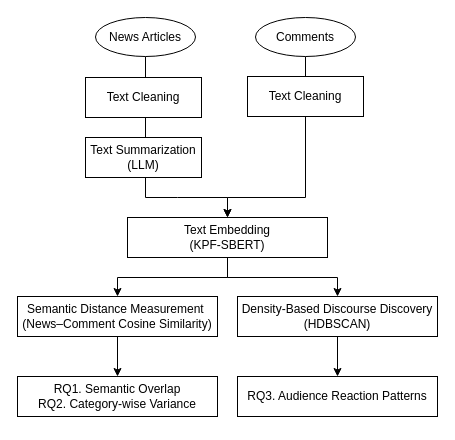
Before: 제목 없는 다이어그램.drawio in kjh8331267/Paper_Review, a draw.io diagram. Source tidied: cells renumbered, new cells numbered last; positions are measured from the earlier drawing's top-left corner, leaving out a move shared by most shapes. Both pictures are drawn from the tidied source at 100%, with x=0, y=0 at pixel (17, 17).
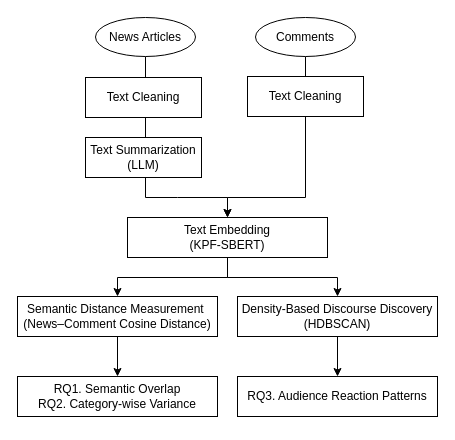
Above is the later version.

Commit message:
제목 없는 다이어그램.drawio 업데이트

Change to the diagram source:
```diff
@@
-    <mxCell id="9" value="&lt;p&gt;Semantic Distance Measurement&amp;nbsp;&lt;br&gt;&lt;span style=&quot;background-color: transparent; color: light-dark(rgb(0, 0, 0), rgb(255, 255, 255));&quot;&gt;(News–Comment Cosine Similarity)&lt;/span&gt;&lt;/p&gt;" style="rounded=0;whiteSpace=wrap;html=1;" parent="1" vertex="1">
+    <mxCell id="9" value="&lt;p&gt;Semantic Distance Measurement&amp;nbsp;&lt;br&gt;&lt;span style=&quot;background-color: transparent; color: light-dark(rgb(0, 0, 0), rgb(255, 255, 255));&quot;&gt;(News–Comment Cosine Distance)&lt;/span&gt;&lt;/p&gt;" style="rounded=0;whiteSpace=wrap;html=1;" parent="1" vertex="1">
       <mxGeometry y="279" width="200" height="40" as="geometry" />
     </mxCell>
```
